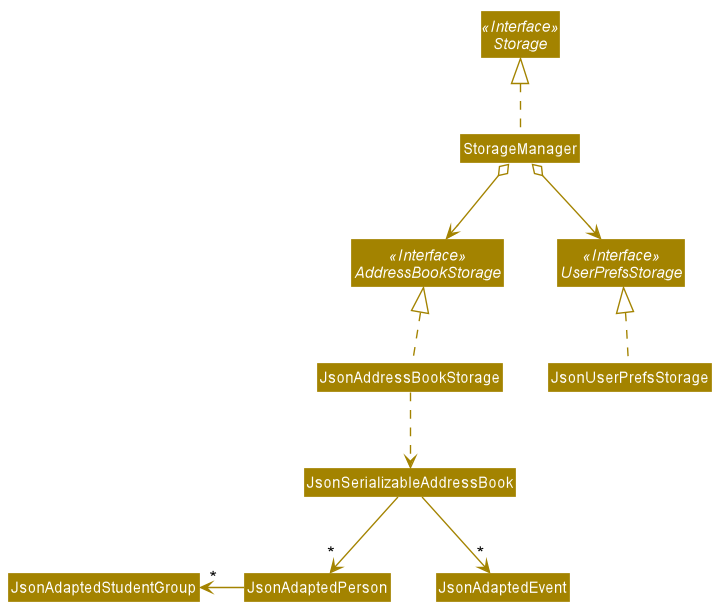
yanchenglee98/tp keeps this PlantUML diagram as docs/images/StorageClassDiagram.png. Above is the earlier version. Its diagram source:
```plantuml
@startuml








skinparam BackgroundColor #FFFFFFF

skinparam Shadowing false

skinparam Class {
    FontColor #FFFFFF
    BorderThickness 1
    BorderColor #FFFFFF
    StereotypeFontColor #FFFFFF
    FontName Arial
}

skinparam Actor {
    BorderColor #000000
    Color #000000
    FontName Arial
}

skinparam Sequence {
    MessageAlign center
    BoxFontSize 15
    BoxPadding 0
    BoxFontColor #FFFFFF
    FontName Arial
}

skinparam Participant {
    FontColor #FFFFFFF
    Padding 20
}

skinparam MinClassWidth 50
skinparam ParticipantPadding 10
skinparam Shadowing false
skinparam DefaultTextAlignment center
skinparam packageStyle Rectangle

hide footbox
hide members
hide circle
skinparam arrowThickness 1.1
skinparam arrowColor #A38300
skinparam classBackgroundColor #A38300

Interface Storage <<Interface>>
Interface UserPrefsStorage <<Interface>>
Interface AddressBookStorage <<Interface>>

Class StorageManager
Class JsonUserPrefsStorage
Class JsonAddressBookStorage

StorageManager .up.|> Storage
StorageManager o-down-> UserPrefsStorage
StorageManager o-down-> AddressBookStorage

JsonUserPrefsStorage .up.|> UserPrefsStorage

JsonAddressBookStorage .up.|> AddressBookStorage
JsonAddressBookStorage .down.> JsonSerializableAddressBook

JsonSerializableAddressBook -down-> "*" JsonAdaptedPerson
JsonAdaptedPerson -left-> "*" JsonAdaptedStudentGroup

JsonSerializableAddressBook -down-> "*" JsonAdaptedEvent
@enduml
```
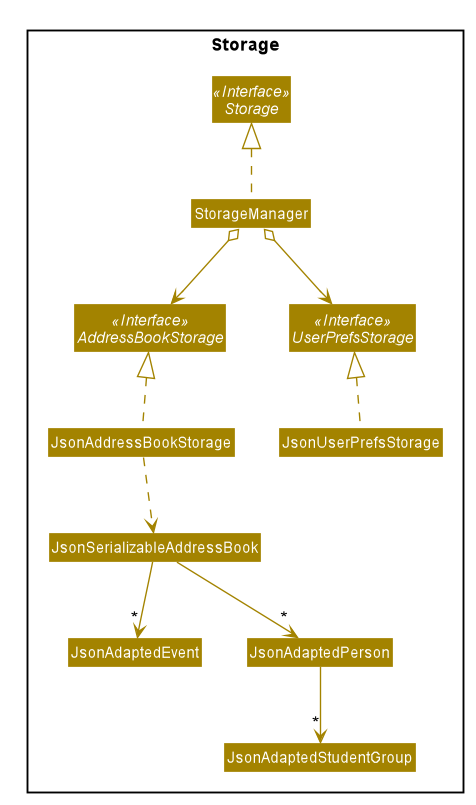
After the commit.

Commit message:
DG: reorganise diagram

Diff of the diagram source:
```diff
@@ -51,6 +51,7 @@
 skinparam arrowColor #A38300
 skinparam classBackgroundColor #A38300
 
+Package Storage <<Rectangle>> {
 Interface Storage <<Interface>>
 Interface UserPrefsStorage <<Interface>>
 Interface AddressBookStorage <<Interface>>
@@ -68,8 +69,9 @@
 JsonAddressBookStorage .up.|> AddressBookStorage
 JsonAddressBookStorage .down.> JsonSerializableAddressBook
 
+JsonSerializableAddressBook -down-> "*" JsonAdaptedEvent
+
 JsonSerializableAddressBook -down-> "*" JsonAdaptedPerson
-JsonAdaptedPerson -left-> "*" JsonAdaptedStudentGroup
+JsonAdaptedPerson -down-> "*" JsonAdaptedStudentGroup
 
-JsonSerializableAddressBook -down-> "*" JsonAdaptedEvent
 @enduml
```
